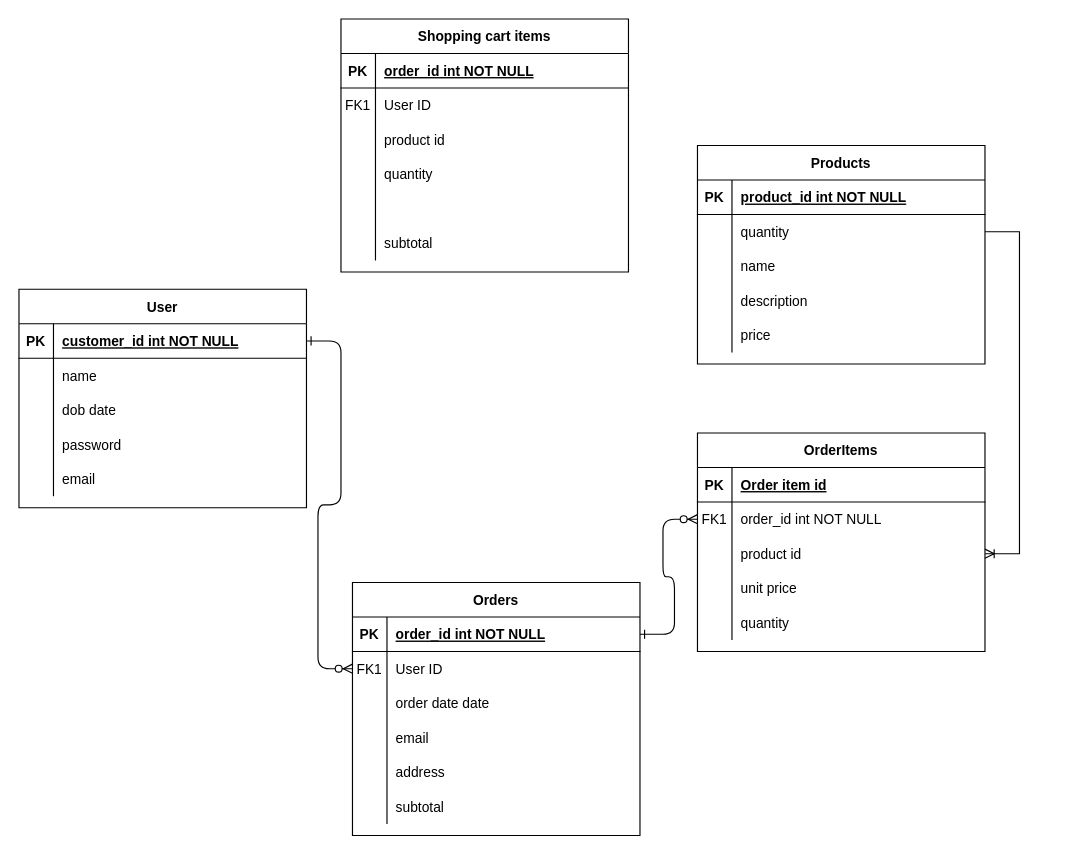
Earlier version of the draw.io diagram erd.drawio (Alhaadee/ecommerce_project). Source tidied: cells renumbered, new cells numbered last; positions are measured from the earlier drawing's top-left corner, leaving out a move shared by most shapes. Both pictures are drawn from the tidied source at 115%, with x=0, y=0 at pixel (18, 18).
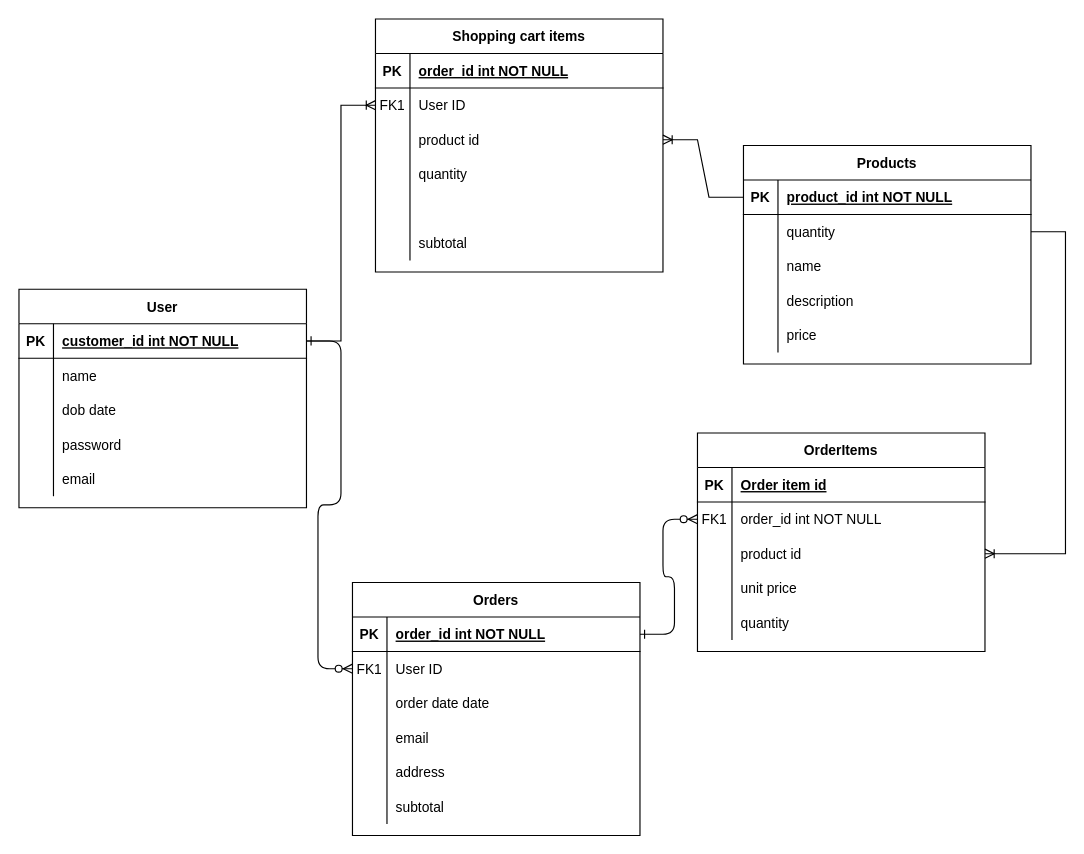
The same page after the edit.

The change refers to these unchanged cells:
```xml
<mxCell id="40" style="shape=partialRectangle;fillColor=none;points=[[0,0.5],[1,0.5]];portConstraint=eastwest;top=0;left=0;right=0;bottom=1;" parent="39" vertex="1">
  <mxGeometry y="30" width="250" height="30" as="geometry" />
</mxCell>
<mxCell id="56" style="shape=partialRectangle;fillColor=none;points=[[0,0.5],[1,0.5]];portConstraint=eastwest;top=0;left=0;right=0;bottom=1;" parent="55" vertex="1">
  <mxGeometry y="30" width="250" height="30" as="geometry" />
</mxCell>
<mxCell id="75" style="shape=partialRectangle;fillColor=none;points=[[0,0.5],[1,0.5]];portConstraint=eastwest;top=0;left=0;right=0;bottom=0;" parent="71" vertex="1">
  <mxGeometry y="60" width="250" height="30" as="geometry" />
</mxCell>
<mxCell id="78" style="shape=partialRectangle;fillColor=none;points=[[0,0.5],[1,0.5]];portConstraint=eastwest;top=0;left=0;right=0;bottom=0;" parent="71" vertex="1">
  <mxGeometry y="90" width="250" height="30" as="geometry" />
</mxCell>
```

Change to the diagram source:
```diff
@@
     <mxCell id="55" value="Products" style="shape=table;startSize=30;childLayout=tableLayout;rowLines=0;fontStyle=1;align=center;" parent="1" vertex="1">
-      <mxGeometry x="590" y="110" width="250" height="190" as="geometry" />
+      <mxGeometry x="630" y="110" width="250" height="190" as="geometry" />
     </mxCell>
@@
     <mxCell id="71" value="Shopping cart items" style="shape=table;startSize=30;childLayout=tableLayout;rowLines=0;fontStyle=1;align=center;" parent="1" vertex="1">
-      <mxGeometry x="280" width="250" height="220" as="geometry" />
+      <mxGeometry x="310" width="250" height="220" as="geometry" />
     </mxCell>
@@
+    <mxCell id="91" style="edgeStyle=entityRelationEdgeStyle;fontSize=12;html=1;endArrow=ERoneToMany;rounded=0;entryX=1;entryY=0.5;entryDx=0;entryDy=0;exitX=0;exitY=0.5;exitDx=0;exitDy=0;" parent="1" edge="1" source="56" target="78">
+      <mxGeometry relative="1" as="geometry" />
+    </mxCell>
+    <mxCell id="92" style="edgeStyle=entityRelationEdgeStyle;fontSize=12;html=1;endArrow=ERoneToMany;rounded=0;entryX=0;entryY=0.5;entryDx=0;entryDy=0;exitX=1;exitY=0.5;exitDx=0;exitDy=0;" parent="1" edge="1" source="40" target="75">
+      <mxGeometry relative="1" as="geometry" />
+    </mxCell>
```
